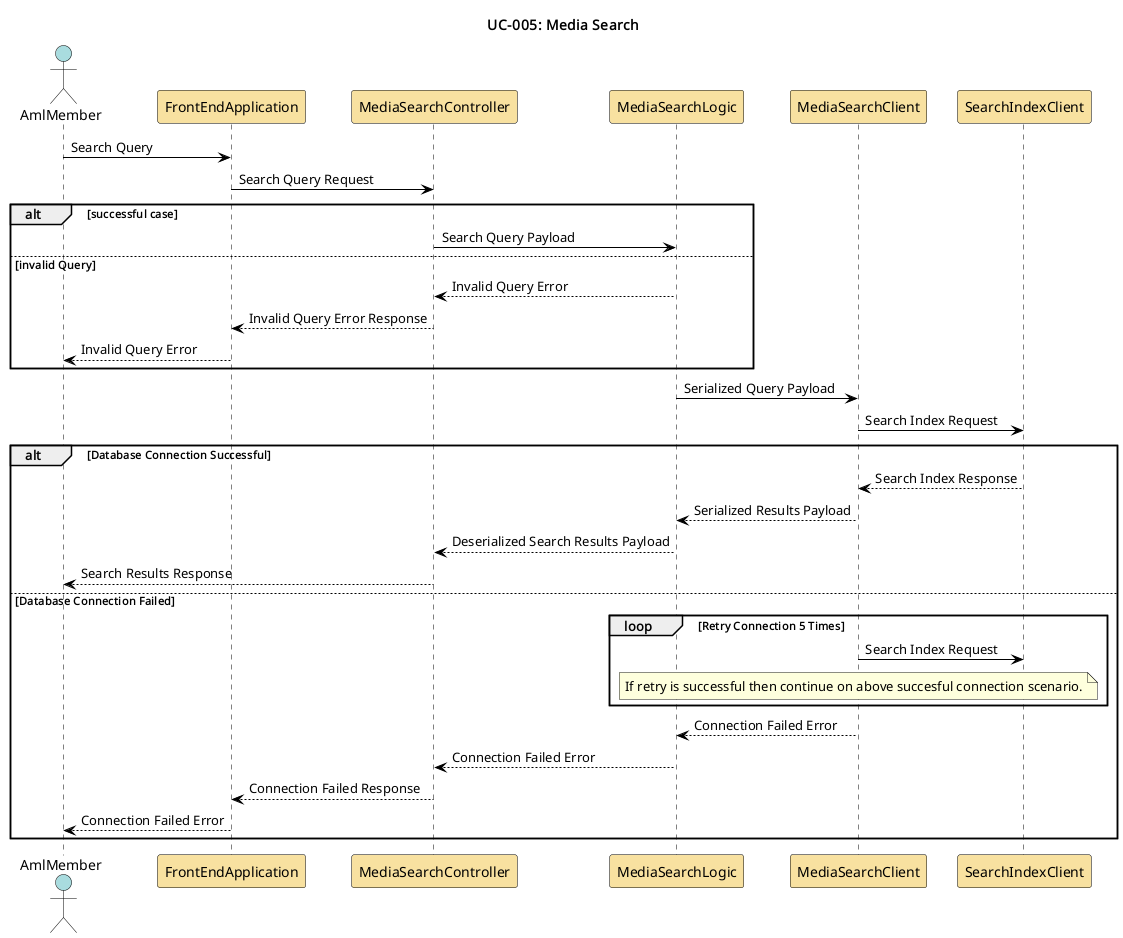
The PlantUML diagram documentation/uml-sequence/media-search/media-search.png in Nox-iv/group-11, before a commit. The source it was exported from:
```plantuml
@startuml media-search

skinparam sequence {
    ActorBorderColor Black
    ActorBackgroundColor #A9DCDF
    ParticipantBorderColor Black
    ParticipantBackgroundColor #F8E1A0
    LifeLineBorderColor Black
    LifeLineBackgroundColor White
    NoteBorderColor Black
    NoteBackgroundColor #FEFECE
    ArrowColor Black
    ArrowThickness 1
    ActivationBorderColor Black
    ActivationBackgroundColor #B3E2CD
}

title UC-005: Media Search

actor AmlMember as aml_member
participant FrontEndApplication as front_end
participant MediaSearchController as media_search_controller
participant MediaSearchLogic as media_search_logic
participant MediaSearchClient as media_search_client
participant SearchIndexClient as media_search_index

aml_member -> front_end: Search Query
front_end -> media_search_controller: Search Query Request
alt successful case
    media_search_controller -> media_search_logic: Search Query Payload
else invalid Query
    media_search_logic --> media_search_controller: Invalid Query Error
    media_search_controller --> front_end: Invalid Query Error Response
    front_end --> aml_member: Invalid Query Error
end
media_search_logic -> media_search_client: Serialized Query Payload
media_search_client -> media_search_index: Search Index Request
alt Database Connection Successful
    media_search_index --> media_search_client: Search Index Response
    media_search_client --> media_search_logic: Serialized Results Payload
    media_search_logic --> media_search_controller: Deserialized Search Results Payload
    media_search_controller --> aml_member: Search Results Response
else Database Connection Failed
    loop Retry Connection 5 Times
    media_search_client -> media_search_index: Search Index Request
    note over media_search_client
    If retry is successful then continue on above succesful connection scenario.
    end note
    end
    media_search_client --> media_search_logic: Connection Failed Error
    media_search_logic --> media_search_controller: Connection Failed Error
    media_search_controller --> front_end: Connection Failed Response
    front_end --> aml_member: Connection Failed Error
end

@enduml
```
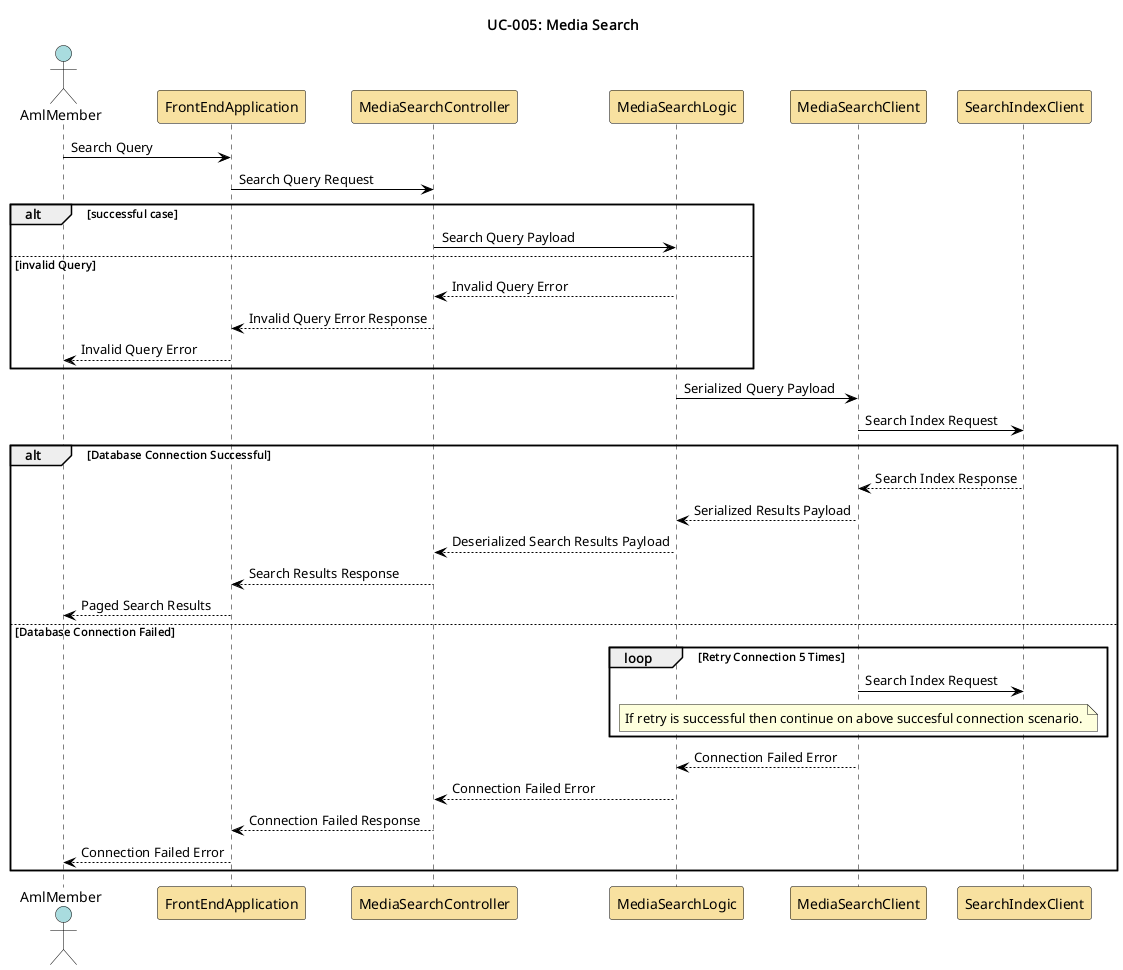
After the change.

Commit message:
Add missed relationships to the media search sequence diagram.

Diff of the diagram source:
```diff
@@ -39,7 +39,8 @@
     media_search_index --> media_search_client: Search Index Response
     media_search_client --> media_search_logic: Serialized Results Payload
     media_search_logic --> media_search_controller: Deserialized Search Results Payload
-    media_search_controller --> aml_member: Search Results Response
+    media_search_controller --> front_end: Search Results Response
+    front_end --> aml_member: Paged Search Results
 else Database Connection Failed
     loop Retry Connection 5 Times
     media_search_client -> media_search_index: Search Index Request
```
